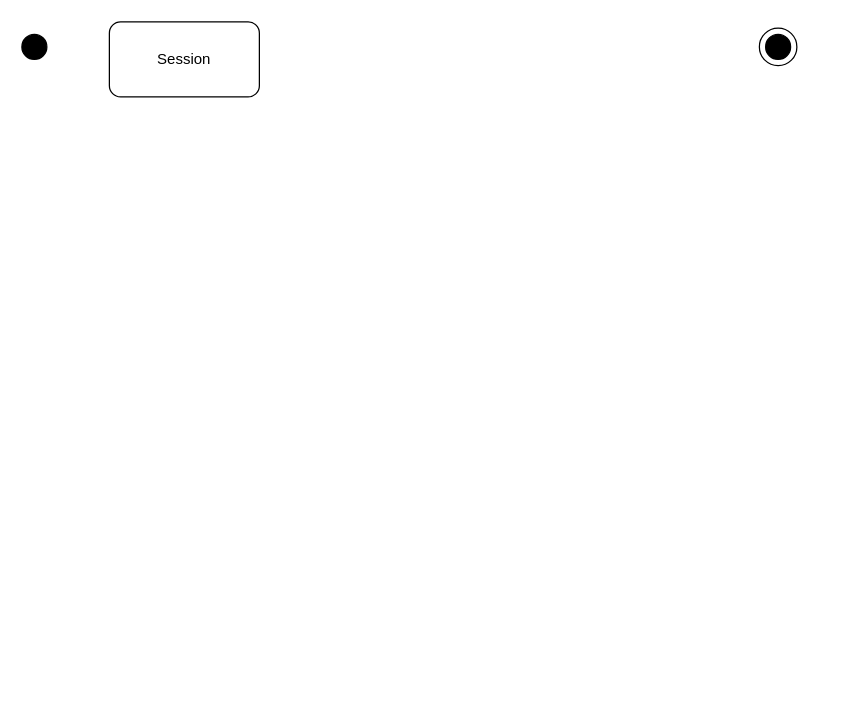
krone-git/beaglepy keeps this draw.io diagram as page "Process Flow" (1 of 2) of doc/BeaglePy.drawio. Above is the earlier version. Source tidied: cells renumbered, new cells numbered last; positions are measured from the earlier drawing's top-left corner, leaving out a move shared by most shapes. Both pictures are drawn from the tidied source at 125%, with x=0, y=0 at pixel (21, 21).
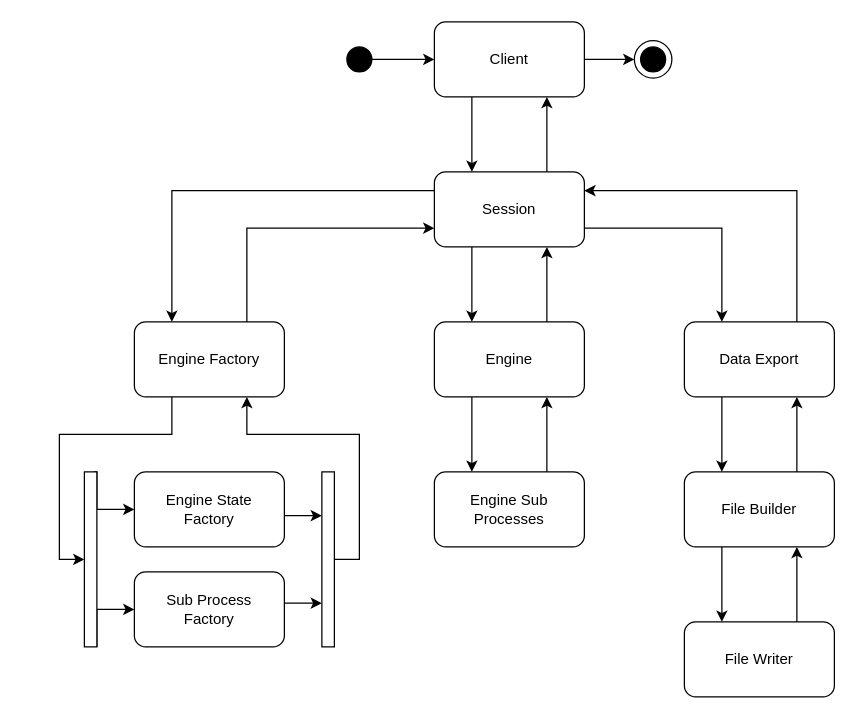
After the change.

The edit, as a diff of the source:
```diff
@@
     <mxCell id="2" style="ellipse;whiteSpace=wrap;html=1;fillColor=none;" parent="1" vertex="1">
-      <mxGeometry x="590" y="5" width="30" height="30" as="geometry" />
+      <mxGeometry x="490" y="15" width="30" height="30" as="geometry" />
     </mxCell>
+    <mxCell id="6" style="edgeStyle=orthogonalEdgeStyle;rounded=0;jettySize=auto;html=1;" parent="1" edge="1" source="3" target="5">
+      <mxGeometry relative="1" as="geometry">
+        <Array as="points">
+          <mxPoint x="320" y="30" />
+          <mxPoint x="320" y="30" />
+        </Array>
+      </mxGeometry>
+    </mxCell>
     <mxCell id="3" style="ellipse;whiteSpace=wrap;html=1;fillColor=#000000;" parent="1" vertex="1">
-      <mxGeometry y="10" width="20" height="20" as="geometry" />
+      <mxGeometry x="260" y="20" width="20" height="20" as="geometry" />
     </mxCell>
     <mxCell id="4" style="ellipse;whiteSpace=wrap;html=1;fillColor=#000000;" parent="1" vertex="1">
-      <mxGeometry x="595" y="10" width="20" height="20" as="geometry" />
+      <mxGeometry x="495" y="20" width="20" height="20" as="geometry" />
     </mxCell>
+    <mxCell id="7" style="edgeStyle=orthogonalEdgeStyle;rounded=0;jettySize=auto;html=1;exitX=1;exitY=0.5;exitDx=0;exitDy=0;entryX=0;entryY=0.5;entryDx=0;entryDy=0;endArrow=classic;endFill=1;" parent="1" edge="1" source="5" target="2">
+      <mxGeometry relative="1" as="geometry" />
+    </mxCell>
+    <mxCell id="8" style="edgeStyle=orthogonalEdgeStyle;rounded=0;jettySize=auto;html=1;exitX=0.25;exitY=1;exitDx=0;exitDy=0;entryX=0.25;entryY=0;entryDx=0;entryDy=0;endArrow=classic;endFill=1;" parent="1" edge="1" source="5" target="13">
+      <mxGeometry relative="1" as="geometry" />
+    </mxCell>
-    <mxCell id="5" value="Session" style="rounded=1;whiteSpace=wrap;html=1;fillColor=#ffffff;" parent="1" vertex="1">
-      <mxGeometry x="70" width="120" height="60" as="geometry" />
+    <mxCell id="5" value="Client" style="rounded=1;whiteSpace=wrap;html=1;fillColor=#ffffff;" parent="1" vertex="1">
+      <mxGeometry x="330" width="120" height="60" as="geometry" />
     </mxCell>
+    <mxCell id="9" style="edgeStyle=orthogonalEdgeStyle;rounded=0;jettySize=auto;html=1;exitX=0;exitY=0.25;exitDx=0;exitDy=0;entryX=0.25;entryY=0;entryDx=0;entryDy=0;endArrow=classic;endFill=1;" parent="1" edge="1" source="13" target="16">
+      <mxGeometry relative="1" as="geometry" />
+    </mxCell>
+    <mxCell id="10" style="edgeStyle=orthogonalEdgeStyle;rounded=0;jettySize=auto;html=1;exitX=0.25;exitY=1;exitDx=0;exitDy=0;entryX=0.25;entryY=0;entryDx=0;entryDy=0;endArrow=classic;endFill=1;" parent="1" edge="1" source="13" target="19">
+      <mxGeometry relative="1" as="geometry" />
+    </mxCell>
+    <mxCell id="11" style="edgeStyle=orthogonalEdgeStyle;rounded=0;jettySize=auto;html=1;exitX=0.75;exitY=0;exitDx=0;exitDy=0;entryX=0.75;entryY=1;entryDx=0;entryDy=0;endArrow=classic;endFill=1;" parent="1" edge="1" source="13" target="5">
+      <mxGeometry relative="1" as="geometry" />
+    </mxCell>
+    <mxCell id="12" style="edgeStyle=orthogonalEdgeStyle;rounded=0;jettySize=auto;html=1;exitX=1;exitY=0.75;exitDx=0;exitDy=0;entryX=0.25;entryY=0;entryDx=0;entryDy=0;endArrow=classic;endFill=1;" parent="1" edge="1" source="13" target="24">
+      <mxGeometry relative="1" as="geometry" />
+    </mxCell>
+    <mxCell id="13" value="Session" style="rounded=1;whiteSpace=wrap;html=1;fillColor=#ffffff;" parent="1" vertex="1">
+      <mxGeometry x="330" y="120" width="120" height="60" as="geometry" />
+    </mxCell>
+    <mxCell id="14" style="edgeStyle=orthogonalEdgeStyle;rounded=0;jettySize=auto;html=1;exitX=0.25;exitY=1;exitDx=0;exitDy=0;entryX=0;entryY=0.5;entryDx=0;entryDy=0;endArrow=classic;endFill=1;" parent="1" edge="1" source="16" target="36">
+      <mxGeometry relative="1" as="geometry" />
+    </mxCell>
+    <mxCell id="15" style="edgeStyle=orthogonalEdgeStyle;rounded=0;jettySize=auto;html=1;exitX=0.75;exitY=0;exitDx=0;exitDy=0;entryX=0;entryY=0.75;entryDx=0;entryDy=0;endArrow=classic;endFill=1;" parent="1" edge="1" source="16" target="13">
+      <mxGeometry relative="1" as="geometry" />
+    </mxCell>
+    <mxCell id="16" value="Engine Factory" style="rounded=1;whiteSpace=wrap;html=1;" parent="1" vertex="1">
+      <mxGeometry x="90" y="240" width="120" height="60" as="geometry" />
+    </mxCell>
+    <mxCell id="17" style="edgeStyle=orthogonalEdgeStyle;rounded=0;jettySize=auto;html=1;exitX=0.25;exitY=1;exitDx=0;exitDy=0;entryX=0.25;entryY=0;entryDx=0;entryDy=0;" parent="1" edge="1" source="19" target="21">
+      <mxGeometry relative="1" as="geometry" />
+    </mxCell>
+    <mxCell id="18" style="edgeStyle=orthogonalEdgeStyle;rounded=0;jettySize=auto;html=1;exitX=0.75;exitY=0;exitDx=0;exitDy=0;entryX=0.75;entryY=1;entryDx=0;entryDy=0;endArrow=classic;endFill=1;" parent="1" edge="1" source="19" target="13">
+      <mxGeometry relative="1" as="geometry" />
+    </mxCell>
+    <mxCell id="19" value="Engine" style="rounded=1;whiteSpace=wrap;html=1;" parent="1" vertex="1">
+      <mxGeometry x="330" y="240" width="120" height="60" as="geometry" />
+    </mxCell>
+    <mxCell id="20" style="edgeStyle=orthogonalEdgeStyle;rounded=0;jettySize=auto;html=1;exitX=0.75;exitY=0;exitDx=0;exitDy=0;entryX=0.75;entryY=1;entryDx=0;entryDy=0;" parent="1" edge="1" source="21" target="19">
+      <mxGeometry relative="1" as="geometry" />
+    </mxCell>
+    <mxCell id="21" value="Engine Sub Processes" style="rounded=1;whiteSpace=wrap;html=1;" parent="1" vertex="1">
+      <mxGeometry x="330" y="360" width="120" height="60" as="geometry" />
+    </mxCell>
+    <mxCell id="22" style="edgeStyle=orthogonalEdgeStyle;rounded=0;jettySize=auto;html=1;exitX=0.25;exitY=1;exitDx=0;exitDy=0;entryX=0.25;entryY=0;entryDx=0;entryDy=0;" parent="1" edge="1" source="24" target="29">
+      <mxGeometry relative="1" as="geometry" />
+    </mxCell>
+    <mxCell id="23" style="edgeStyle=orthogonalEdgeStyle;rounded=0;jettySize=auto;html=1;exitX=0.75;exitY=0;exitDx=0;exitDy=0;entryX=1;entryY=0.25;entryDx=0;entryDy=0;endArrow=classic;endFill=1;" parent="1" edge="1" source="24" target="13">
+      <mxGeometry relative="1" as="geometry" />
+    </mxCell>
+    <mxCell id="24" value="Data Export" style="rounded=1;whiteSpace=wrap;html=1;" parent="1" vertex="1">
+      <mxGeometry x="530" y="240" width="120" height="60" as="geometry" />
+    </mxCell>
+    <mxCell id="25" style="edgeStyle=orthogonalEdgeStyle;rounded=0;jettySize=auto;html=1;exitX=1;exitY=0.5;exitDx=0;exitDy=0;entryX=0;entryY=0.25;entryDx=0;entryDy=0;endArrow=classic;endFill=1;" parent="1" edge="1" source="26" target="38">
+      <mxGeometry relative="1" as="geometry">
+        <Array as="points">
+          <mxPoint x="210" y="395" />
+        </Array>
+      </mxGeometry>
+    </mxCell>
+    <mxCell id="26" value="Engine State&lt;br&gt;Factory" style="rounded=1;whiteSpace=wrap;html=1;" parent="1" vertex="1">
+      <mxGeometry x="90" y="360" width="120" height="60" as="geometry" />
+    </mxCell>
+    <mxCell id="27" style="edgeStyle=orthogonalEdgeStyle;rounded=0;jettySize=auto;html=1;exitX=0.75;exitY=0;exitDx=0;exitDy=0;entryX=0.75;entryY=1;entryDx=0;entryDy=0;" parent="1" edge="1" source="29" target="24">
+      <mxGeometry relative="1" as="geometry" />
+    </mxCell>
+    <mxCell id="28" style="edgeStyle=orthogonalEdgeStyle;rounded=0;jettySize=auto;html=1;exitX=0.25;exitY=1;exitDx=0;exitDy=0;entryX=0.25;entryY=0;entryDx=0;entryDy=0;" parent="1" edge="1" source="29" target="31">
+      <mxGeometry relative="1" as="geometry" />
+    </mxCell>
+    <mxCell id="29" value="File Builder" style="rounded=1;whiteSpace=wrap;html=1;" parent="1" vertex="1">
+      <mxGeometry x="530" y="360" width="120" height="60" as="geometry" />
+    </mxCell>
+    <mxCell id="30" style="edgeStyle=orthogonalEdgeStyle;rounded=0;jettySize=auto;html=1;exitX=0.75;exitY=0;exitDx=0;exitDy=0;entryX=0.75;entryY=1;entryDx=0;entryDy=0;" parent="1" edge="1" source="31" target="29">
+      <mxGeometry relative="1" as="geometry" />
+    </mxCell>
+    <mxCell id="31" value="File Writer" style="rounded=1;whiteSpace=wrap;html=1;" parent="1" vertex="1">
+      <mxGeometry x="530" y="480" width="120" height="60" as="geometry" />
+    </mxCell>
+    <mxCell id="32" style="edgeStyle=orthogonalEdgeStyle;rounded=0;jettySize=auto;html=1;exitX=1;exitY=0.5;exitDx=0;exitDy=0;entryX=0;entryY=0.75;entryDx=0;entryDy=0;endArrow=classic;endFill=1;" parent="1" edge="1" source="33" target="38">
+      <mxGeometry relative="1" as="geometry">
+        <Array as="points">
+          <mxPoint x="210" y="465" />
+        </Array>
+      </mxGeometry>
+    </mxCell>
+    <mxCell id="33" value="Sub Process&lt;br&gt;Factory" style="rounded=1;whiteSpace=wrap;html=1;" parent="1" vertex="1">
+      <mxGeometry x="90" y="440" width="120" height="60" as="geometry" />
+    </mxCell>
+    <mxCell id="34" style="edgeStyle=orthogonalEdgeStyle;rounded=0;jettySize=auto;html=1;exitX=0.75;exitY=0;exitDx=0;exitDy=0;endArrow=classic;endFill=1;" parent="1" edge="1" source="36" target="26">
+      <mxGeometry relative="1" as="geometry">
+        <Array as="points">
+          <mxPoint x="60" y="360" />
+          <mxPoint x="60" y="390" />
+        </Array>
+      </mxGeometry>
+    </mxCell>
+    <mxCell id="35" style="edgeStyle=orthogonalEdgeStyle;rounded=0;jettySize=auto;html=1;exitX=1;exitY=1;exitDx=0;exitDy=0;endArrow=classic;endFill=1;" parent="1" edge="1" source="36" target="33">
+      <mxGeometry relative="1" as="geometry">
+        <Array as="points">
+          <mxPoint x="60" y="470" />
+        </Array>
+      </mxGeometry>
+    </mxCell>
+    <mxCell id="36" style="rounded=0;whiteSpace=wrap;html=1;" parent="1" vertex="1">
+      <mxGeometry x="50" y="360" width="10" height="140" as="geometry" />
+    </mxCell>
+    <mxCell id="37" style="edgeStyle=orthogonalEdgeStyle;rounded=0;jettySize=auto;html=1;exitX=1;exitY=0.5;exitDx=0;exitDy=0;entryX=0.75;entryY=1;entryDx=0;entryDy=0;endArrow=classic;endFill=1;" parent="1" edge="1" source="38" target="16">
+      <mxGeometry relative="1" as="geometry" />
+    </mxCell>
+    <mxCell id="38" style="rounded=0;whiteSpace=wrap;html=1;" parent="1" vertex="1">
+      <mxGeometry x="240" y="360" width="10" height="140" as="geometry" />
+    </mxCell>
```
